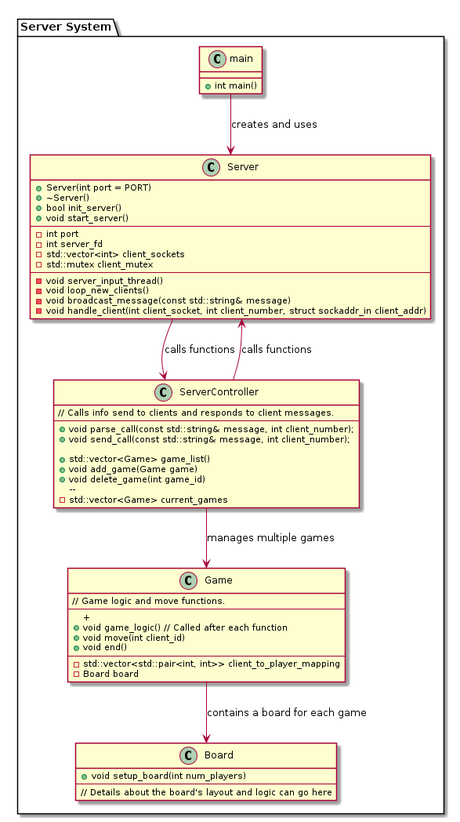
The PlantUML diagram uml/system.png in pingponghero12/Chinese-Checkers, before a commit. Its source is kept beside it as uml/system.puml.
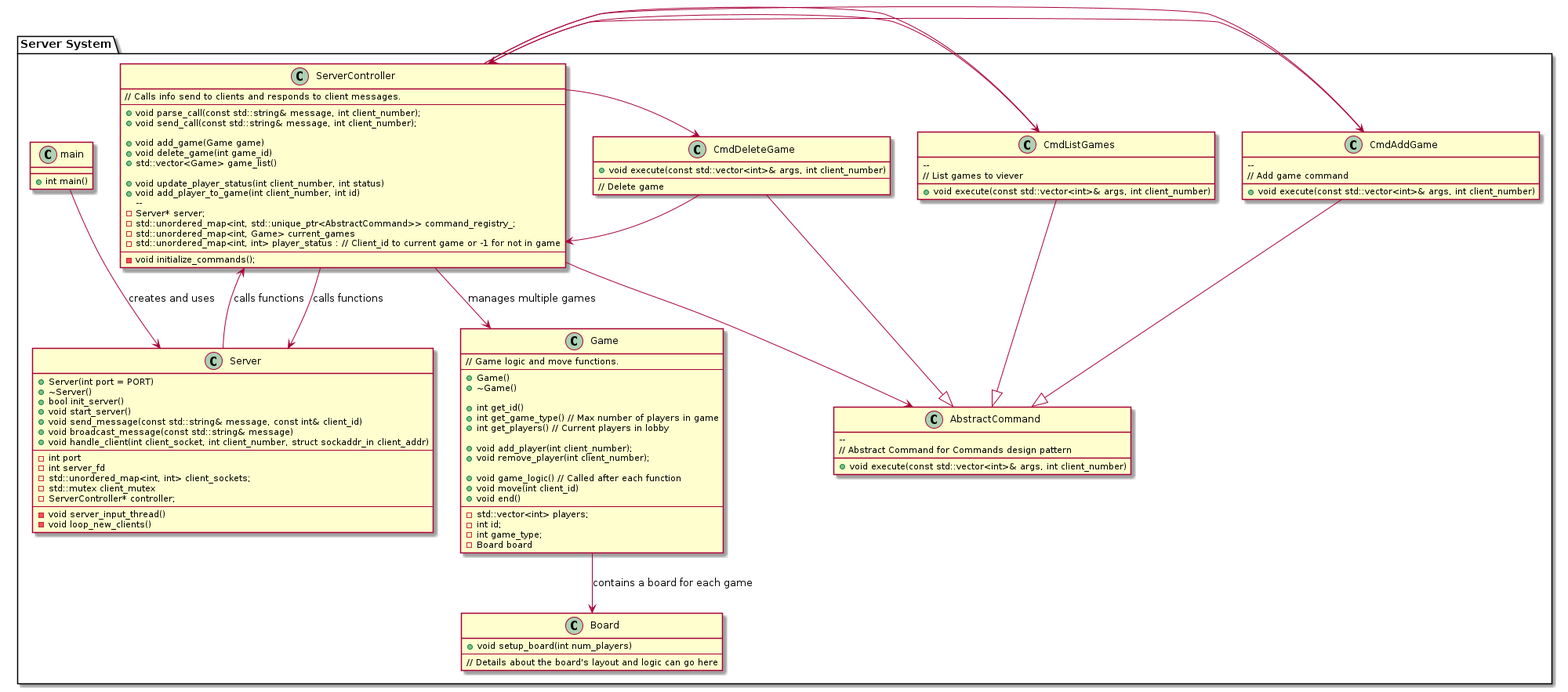
Later version of the same file.

Commit message:
Updated UML diagram.

What changed in the source:
```diff
@@ -11,16 +11,18 @@
         + ~Server()
         + bool init_server()
         + void start_server()
+	+ void send_message(const std::string& message, const int& client_id)
+        + void broadcast_message(const std::string& message)
+        + void handle_client(int client_socket, int client_number, struct sockaddr_in client_addr)
         --
         - int port
         - int server_fd
-        - std::vector<int> client_sockets
+    	- std::unordered_map<int, int> client_sockets;
         - std::mutex client_mutex
+	- ServerController* controller;
         --
         - void server_input_thread()
         - void loop_new_clients()
-        - void broadcast_message(const std::string& message)
-        - void handle_client(int client_socket, int client_number, struct sockaddr_in client_addr)
     }
 
     class ServerController {
@@ -29,23 +31,66 @@
 	+ void parse_call(const std::string& message, int client_number);
 	+ void send_call(const std::string& message, int client_number);
 
-	+ std::vector<Game> game_list()
 	+ void add_game(Game game)
 	+ void delete_game(int game_id)
+	+ std::vector<Game> game_list()
+
+	+ void update_player_status(int client_number, int status)
+	+ void add_player_to_game(int client_number, int id)
         --
-        - std::vector<Game> current_games
+	- Server* server;
+	- std::unordered_map<int, std::unique_ptr<AbstractCommand>> command_registry_;
+	- std::unordered_map<int, Game> current_games
+	- std::unordered_map<int, int> player_status : // Client_id to current game or -1 for not in game
+	--
+	- void initialize_commands();
+    }
+
+    class AbstractCommand {
+    	+ void execute(const std::vector<int>& args, int client_number)
+        --
+        // Abstract Command for Commands design pattern
+    }
+
+    class CmdAddGame {
+    	+ void execute(const std::vector<int>& args, int client_number)
+        --
+        // Add game command
+    }
+
+    class CmdListGames {
+    	+ void execute(const std::vector<int>& args, int client_number)
+        --
+	// List games to viever
+    }
+
+    class CmdDeleteGame {
+    	+ void execute(const std::vector<int>& args, int client_number)
+	--
+	// Delete game
     }
 
     class Game {
         // Game logic and move functions.
 	--
-	+
+	+ Game()
+	+ ~Game()
+
+	+ int get_id()
+	+ int get_game_type() // Max number of players in game
+	+ int get_players() // Current players in lobby
+
+	+ void add_player(int client_number);
+	+ void remove_player(int client_number);
+
 	+ void game_logic() // Called after each function
 	+ void move(int client_id)
 	+ void end()
         --
-        - std::vector<std::pair<int, int>> client_to_player_mapping
-        - Board board
+        - std::vector<int> players;
+	- int id;
+	- int game_type;
+	- Board board
     }
 
     class Board {
@@ -60,4 +105,18 @@
 ServerController --> Server : calls functions
 ServerController --> Game : manages multiple games
 Game --> Board : contains a board for each game
+
+CmdAddGame -right-> ServerController
+CmdListGames -right-> ServerController
+CmdDeleteGame -right-> ServerController
+
+ServerController --> AbstractCommand
+CmdAddGame -|> AbstractCommand
+CmdListGames -|> AbstractCommand
+CmdDeleteGame -|> AbstractCommand
+
+ServerController -right-> CmdAddGame
+ServerController -right-> CmdListGames
+ServerController -right-> CmdDeleteGame
+
 @enduml
```
